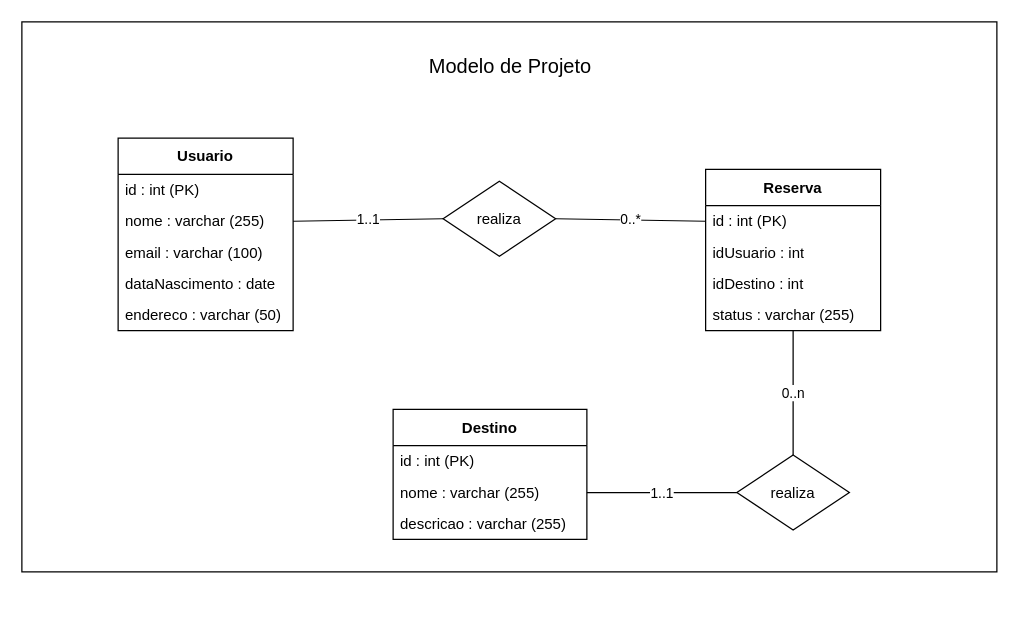
igormanoels/.Estudos-em-Banco_de_Dados keeps this draw.io diagram as MariaDB/DIO - Bootcamp Santander/Diagrama Banco de Dados.drawio. Above is the earlier version. Source tidied: cells renumbered, new cells numbered last; positions are measured from the earlier drawing's top-left corner, leaving out a move shared by most shapes. Both pictures are drawn from the tidied source at 125%, with x=0, y=0 at pixel (21, 21).
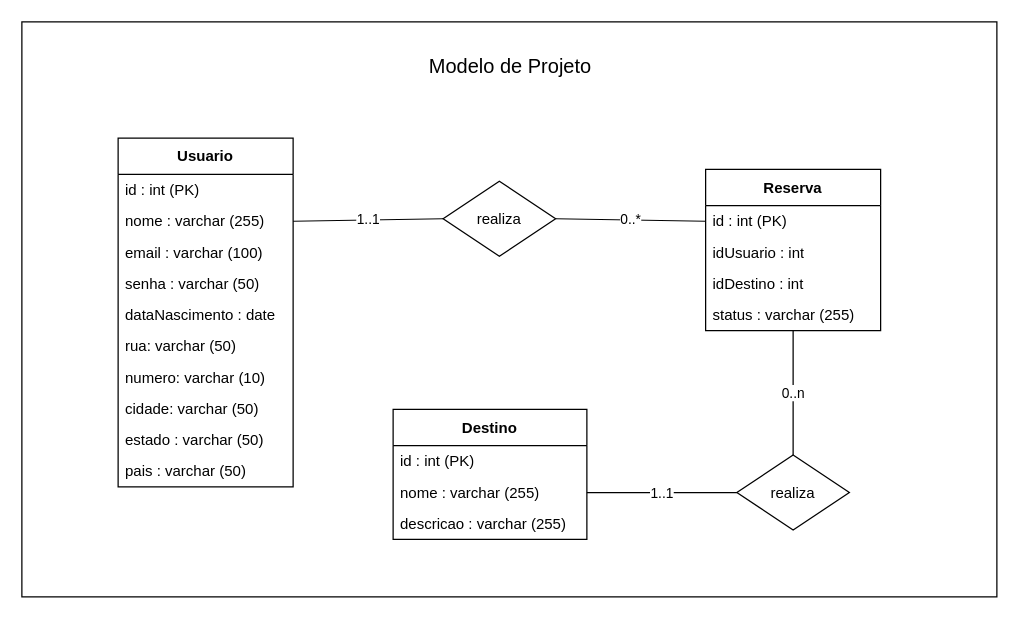
The same page after the edit.

Commit message (it also covers changes not shown here):
Estudos no bootcamp do Santander com a DIO. Conclusão da criação e desenvolvimento de um projeto de banco de dados com MariaDB. E inicio dos estudos sobre MongoDB.

Change to the diagram source:
```diff
@@
     <mxCell id="2" style="rounded=0;whiteSpace=wrap;html=1;" parent="1" vertex="1">
-      <mxGeometry width="780" height="440" as="geometry" />
+      <mxGeometry width="780" height="460" as="geometry" />
     </mxCell>
     <mxCell id="3" value="Usuario" style="swimlane;fontStyle=1;align=center;verticalAlign=middle;horizontal=1;startSize=29;html=1;whiteSpace=wrap;" parent="1" vertex="1">
-      <mxGeometry x="77" y="93" width="140" height="154" as="geometry" />
+      <mxGeometry x="77" y="93" width="140" height="279" as="geometry" />
     </mxCell>
@@
+    <mxCell id="25" value="senha : varchar (50)" style="text;html=1;strokeColor=none;fillColor=none;align=left;verticalAlign=middle;spacingLeft=4;spacingRight=4;overflow=hidden;whiteSpace=wrap;" parent="3" vertex="1">
+      <mxGeometry y="104" width="140" height="25" as="geometry" />
+    </mxCell>
     <mxCell id="7" value="dataNascimento : date" style="text;html=1;strokeColor=none;fillColor=none;align=left;verticalAlign=middle;spacingLeft=4;spacingRight=4;overflow=hidden;whiteSpace=wrap;" parent="3" vertex="1">
-      <mxGeometry y="104" width="140" height="25" as="geometry" />
+      <mxGeometry y="129" width="140" height="25" as="geometry" />
     </mxCell>
-    <mxCell id="8" value="endereco : varchar (50)" style="text;html=1;strokeColor=none;fillColor=none;align=left;verticalAlign=middle;spacingLeft=4;spacingRight=4;overflow=hidden;whiteSpace=wrap;" parent="3" vertex="1">
-      <mxGeometry y="129" width="140" height="25" as="geometry" />
+    <mxCell id="8" value="rua: varchar (50)" style="text;html=1;strokeColor=none;fillColor=none;align=left;verticalAlign=middle;spacingLeft=4;spacingRight=4;overflow=hidden;whiteSpace=wrap;" parent="3" vertex="1">
+      <mxGeometry y="154" width="140" height="25" as="geometry" />
     </mxCell>
+    <mxCell id="26" value="numero: varchar (10)" style="text;html=1;strokeColor=none;fillColor=none;align=left;verticalAlign=middle;spacingLeft=4;spacingRight=4;overflow=hidden;whiteSpace=wrap;" parent="3" vertex="1">
+      <mxGeometry y="179" width="140" height="25" as="geometry" />
+    </mxCell>
+    <mxCell id="27" value="cidade: varchar (50)" style="text;html=1;strokeColor=none;fillColor=none;align=left;verticalAlign=middle;spacingLeft=4;spacingRight=4;overflow=hidden;whiteSpace=wrap;" parent="3" vertex="1">
+      <mxGeometry y="204" width="140" height="25" as="geometry" />
+    </mxCell>
+    <mxCell id="28" value="estado : varchar (50)" style="text;html=1;strokeColor=none;fillColor=none;align=left;verticalAlign=middle;spacingLeft=4;spacingRight=4;overflow=hidden;whiteSpace=wrap;" parent="3" vertex="1">
+      <mxGeometry y="229" width="140" height="25" as="geometry" />
+    </mxCell>
+    <mxCell id="29" value="pais : varchar (50)" style="text;html=1;strokeColor=none;fillColor=none;align=left;verticalAlign=middle;spacingLeft=4;spacingRight=4;overflow=hidden;whiteSpace=wrap;" parent="3" vertex="1">
+      <mxGeometry y="254" width="140" height="25" as="geometry" />
+    </mxCell>
```
